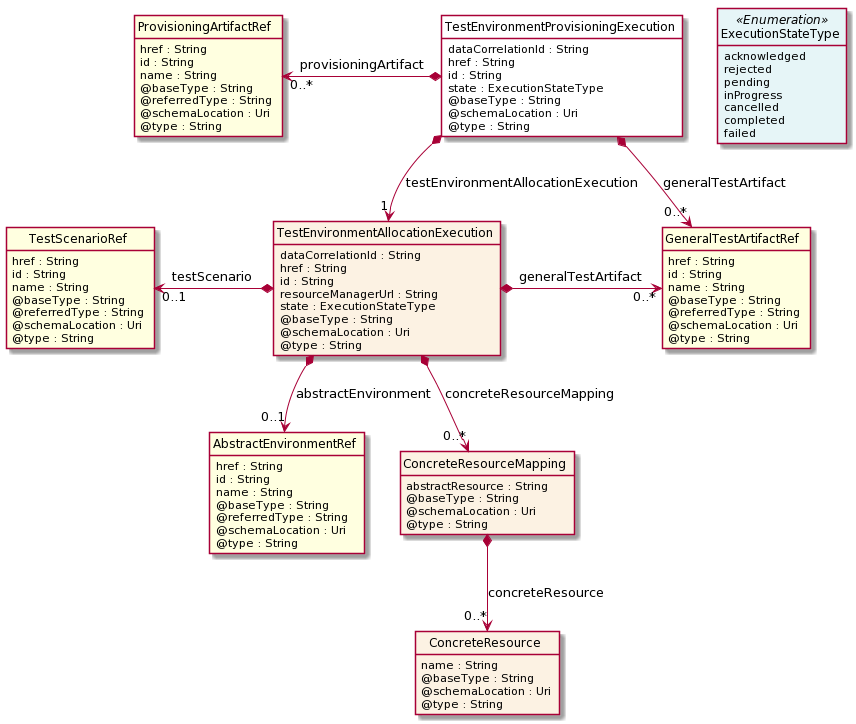
tmforum-apis/Open_Api_And_Data_Model keeps this PlantUML diagram as apis/TMF708_Test_Execution/documentation/diagrams/Resource_TestEnvironmentProvisioningExecution.png. Above is the earlier version. The source it was exported from:
```plantuml
@startuml
hide circle
hide methods
hide stereotype
show <<Enumeration>> stereotype
skinparam class {
   BackgroundColor<<Enumeration>> #E6F5F7
   BackgroundColor<<Ref>> #FFFFE0
   BackgroundColor<<Pivot>> #FFFFFFF
   BackgroundColor #FCF2E3
}

class TestEnvironmentProvisioningExecution  <<Pivot>> {
    dataCorrelationId : String
    href : String
    id : String
    state : ExecutionStateType
    @baseType : String
    @schemaLocation : Uri
    @type : String
}

class ExecutionStateType <<Enumeration>> {
    acknowledged
    rejected
    pending
    inProgress
    cancelled
    completed
    failed
}

class GeneralTestArtifactRef  <<Ref>> {
    href : String
    id : String
    name : String
    @baseType : String
    @referredType : String
    @schemaLocation : Uri
    @type : String
}

class ProvisioningArtifactRef  <<Ref>> {
    href : String
    id : String
    name : String
    @baseType : String
    @referredType : String
    @schemaLocation : Uri
    @type : String
}

class TestEnvironmentAllocationExecution  {
    dataCorrelationId : String
    href : String
    id : String
    resourceManagerUrl : String
    state : ExecutionStateType
    @baseType : String
    @schemaLocation : Uri
    @type : String
}

class AbstractEnvironmentRef  <<Ref>> {
    href : String
    id : String
    name : String
    @baseType : String
    @referredType : String
    @schemaLocation : Uri
    @type : String
}

class TestScenarioRef  <<Ref>> {
    href : String
    id : String
    name : String
    @baseType : String
    @referredType : String
    @schemaLocation : Uri
    @type : String
}

class ConcreteResourceMapping  {
    abstractResource : String
    @baseType : String
    @schemaLocation : Uri
    @type : String
}

class ConcreteResource  {
    name : String
    @baseType : String
    @schemaLocation : Uri
    @type : String
}

TestEnvironmentProvisioningExecution -right[hidden]-> ExecutionStateType

TestEnvironmentProvisioningExecution *-->  "0..*" GeneralTestArtifactRef : generalTestArtifact

TestEnvironmentProvisioningExecution *-->  "1" TestEnvironmentAllocationExecution : testEnvironmentAllocationExecution

TestEnvironmentAllocationExecution *-right-> "0..*" GeneralTestArtifactRef : generalTestArtifact

TestScenarioRef "0..1" <-left-* TestEnvironmentAllocationExecution : testScenario

TestEnvironmentAllocationExecution *-->  "0..1" AbstractEnvironmentRef : abstractEnvironment

TestEnvironmentAllocationExecution *-->  "0..*" ConcreteResourceMapping : concreteResourceMapping

ProvisioningArtifactRef "0..*" <-left-* TestEnvironmentProvisioningExecution : provisioningArtifact

ConcreteResourceMapping *-->  "0..*" ConcreteResource : concreteResource

@enduml
```
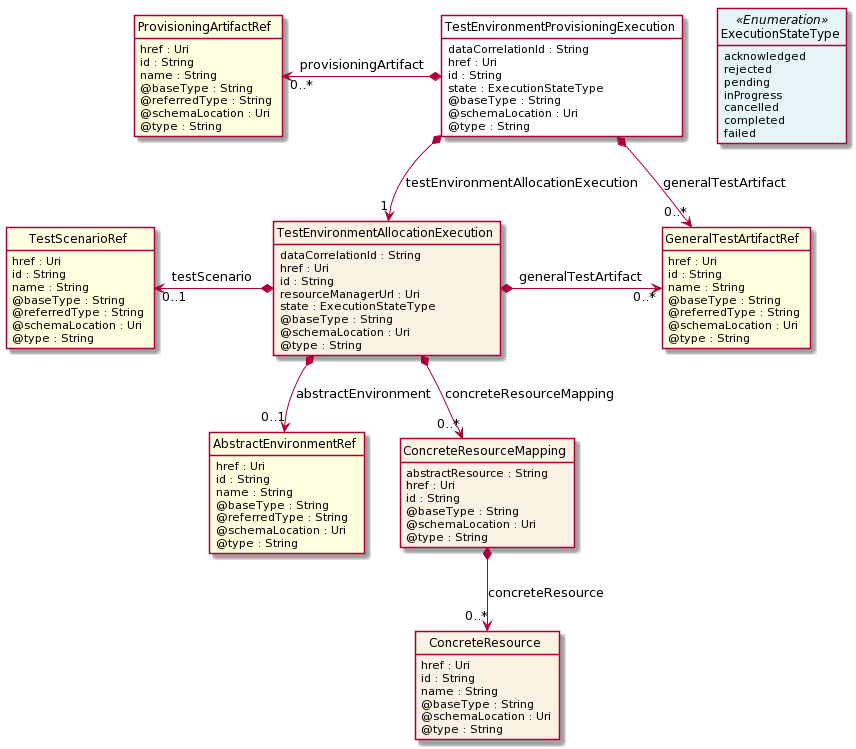
Later version of the same file.

What changed in the source:
```diff
@@ -12,7 +12,7 @@
 
 class TestEnvironmentProvisioningExecution  <<Pivot>> {
     dataCorrelationId : String
-    href : String
+    href : Uri
     id : String
     state : ExecutionStateType
     @baseType : String
@@ -31,7 +31,7 @@
 }
 
 class GeneralTestArtifactRef  <<Ref>> {
-    href : String
+    href : Uri
     id : String
     name : String
     @baseType : String
@@ -41,7 +41,7 @@
 }
 
 class ProvisioningArtifactRef  <<Ref>> {
-    href : String
+    href : Uri
     id : String
     name : String
     @baseType : String
@@ -52,9 +52,9 @@
 
 class TestEnvironmentAllocationExecution  {
     dataCorrelationId : String
-    href : String
+    href : Uri
     id : String
-    resourceManagerUrl : String
+    resourceManagerUrl : Uri
     state : ExecutionStateType
     @baseType : String
     @schemaLocation : Uri
@@ -62,7 +62,7 @@
 }
 
 class AbstractEnvironmentRef  <<Ref>> {
-    href : String
+    href : Uri
     id : String
     name : String
     @baseType : String
@@ -72,7 +72,7 @@
 }
 
 class TestScenarioRef  <<Ref>> {
-    href : String
+    href : Uri
     id : String
     name : String
     @baseType : String
@@ -83,12 +83,16 @@
 
 class ConcreteResourceMapping  {
     abstractResource : String
+    href : Uri
+    id : String
     @baseType : String
     @schemaLocation : Uri
     @type : String
 }
 
 class ConcreteResource  {
+    href : Uri
+    id : String
     name : String
     @baseType : String
     @schemaLocation : Uri
```
